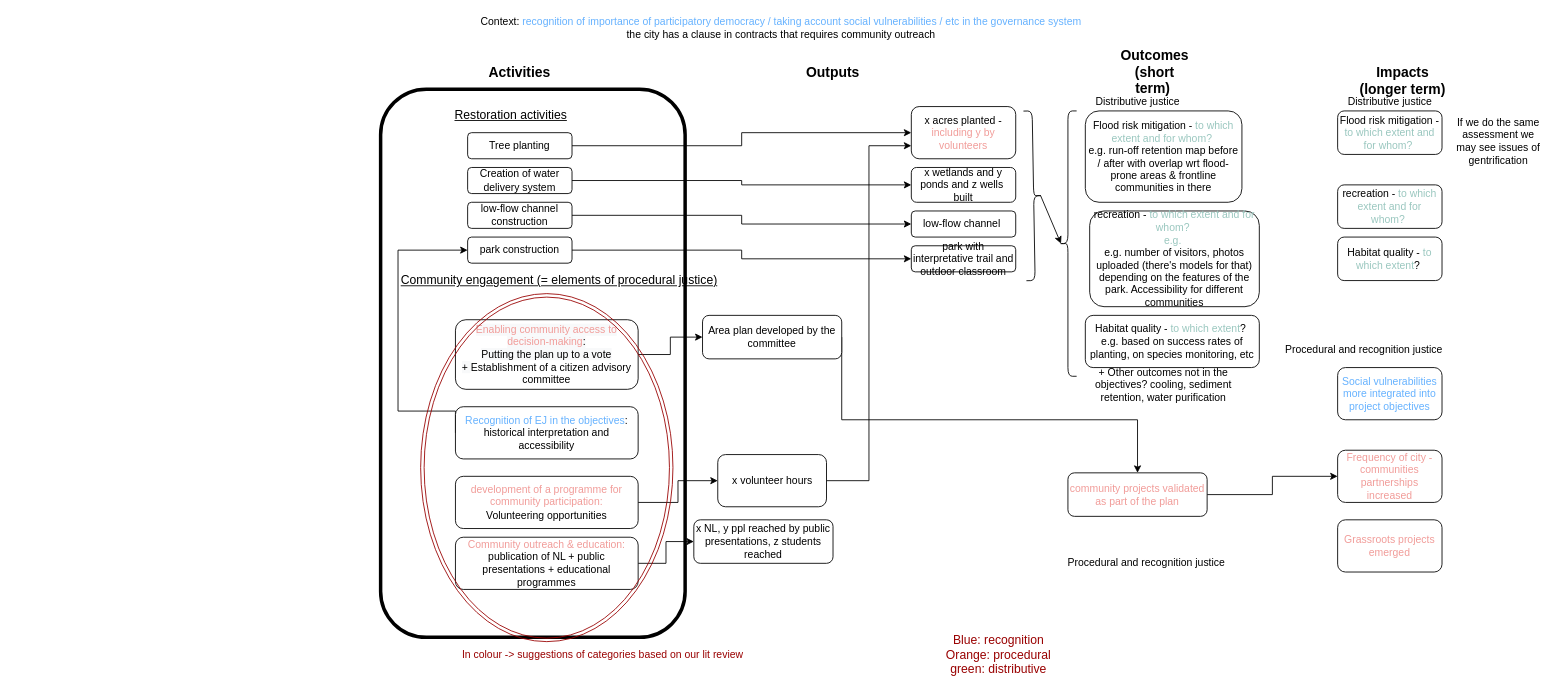
The draw.io diagram TentativeEJframework.drawio in nadasaidi/automatic-funicular, before the edit. Source tidied: cells renumbered, new cells numbered last; positions are measured from the earlier drawing's top-left corner, leaving out a move shared by most shapes. Both pictures are drawn from the tidied source at 87%, with x=0, y=0 at pixel (380, 15).
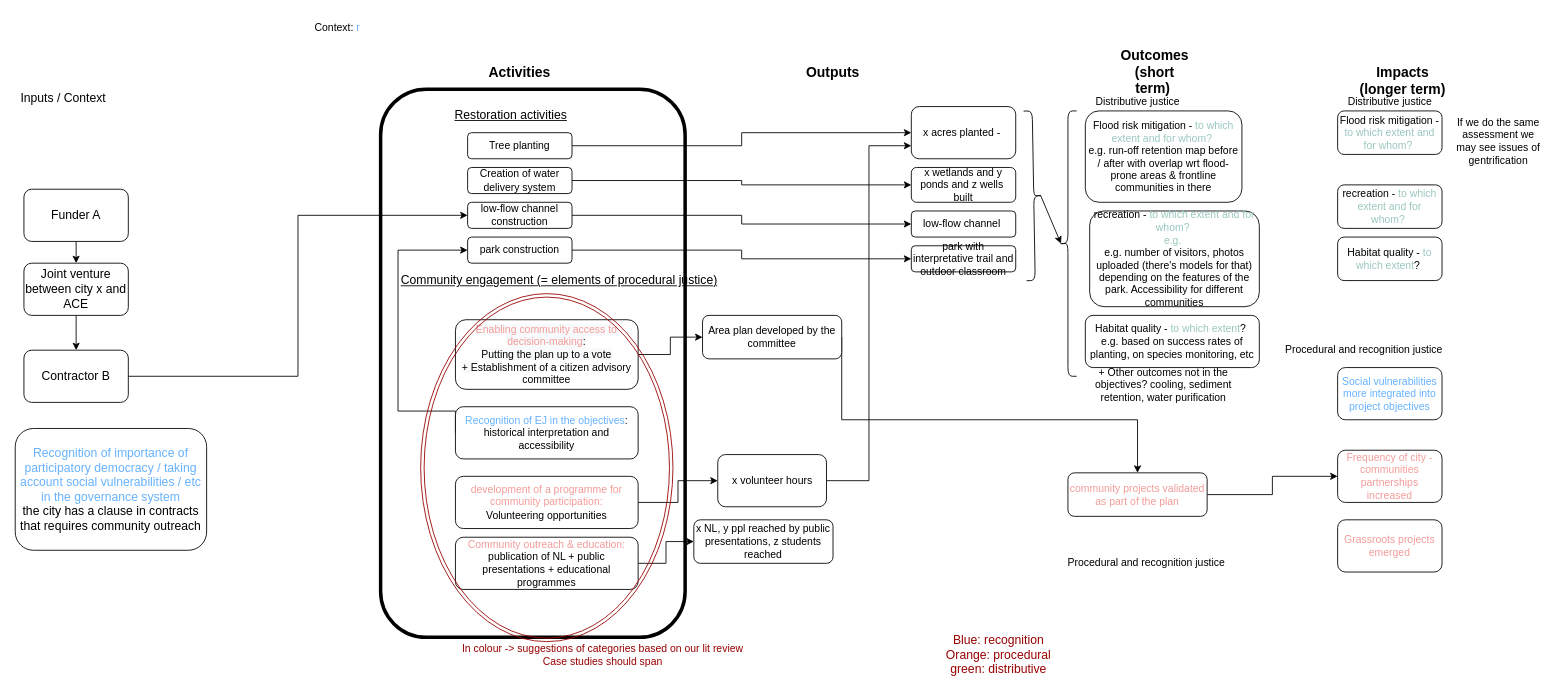
The same page after the edit.

The change refers to these unchanged cells:
```xml
<mxCell id="10" value="low-flow channel construction" style="rounded=1;whiteSpace=wrap;html=1;" parent="1" vertex="1">
  <mxGeometry x="100" y="215" width="120" height="30" as="geometry" />
</mxCell>
```

Diff of the diagram source:
```diff
@@
-    <mxCell id="23" value="x acres planted - &lt;font color=&quot;#f19c99&quot;&gt;including y by volunteers&lt;/font&gt;" style="rounded=1;whiteSpace=wrap;html=1;" parent="1" vertex="1">
+    <mxCell id="23" value="x acres planted -&amp;nbsp;" style="rounded=1;whiteSpace=wrap;html=1;" parent="1" vertex="1">
       <mxGeometry x="610" y="105" width="120" height="60" as="geometry" />
     </mxCell>
@@
     <mxCell id="41" style="shape=curlyBracket;whiteSpace=wrap;html=1;rounded=1;strokeColor=#000000;rotation=-181;size=0.5;" parent="1" vertex="1">
-      <mxGeometry x="740.6" y="110" width="20" height="195" as="geometry" />
+      <mxGeometry x="740.7" y="110" width="20" height="195" as="geometry" />
     </mxCell>
@@
-    <mxCell id="51" value="In colour -&amp;gt; suggestions of categories based on our lit review" style="text;html=1;align=center;verticalAlign=middle;fontColor=#990000;" parent="1" vertex="1">
-      <mxGeometry x="85" y="725" width="340" height="20" as="geometry" />
+    <mxCell id="51" value="&lt;div&gt;In colour -&amp;gt; suggestions of categories based on our lit review&lt;/div&gt;&lt;div&gt;Case studies should span&lt;br&gt;&lt;/div&gt;" style="text;html=1;align=center;verticalAlign=middle;fontColor=#990000;" parent="1" vertex="1">
+      <mxGeometry x="85" y="720" width="340" height="30" as="geometry" />
     </mxCell>
-    <mxCell id="52" value="Context:&lt;font color=&quot;#66b2ff&quot;&gt; recognition of importance of participatory democracy / taking account social vulnerabilities / etc in the governance system&lt;/font&gt;&lt;br&gt;the city has a clause in contracts that requires community outreach" style="text;html=1;align=center;verticalAlign=middle;" parent="1" vertex="1">
-      <mxGeometry x="105" width="710" height="30" as="geometry" />
+    <mxCell id="52" value="Context:&lt;font color=&quot;#66b2ff&quot;&gt; r&lt;/font&gt;" style="text;html=1;align=center;verticalAlign=middle;" parent="1" vertex="1">
+      <mxGeometry x="-85" y="5" width="70" height="20" as="geometry" />
     </mxCell>
@@
+    <mxCell id="58" value="Inputs / Context" style="text;html=1;align=center;verticalAlign=middle;fontSize=14;" parent="1" vertex="1">
+      <mxGeometry x="-420" y="85" width="110" height="20" as="geometry" />
+    </mxCell>
+    <mxCell id="59" style="edgeStyle=orthogonalEdgeStyle;rounded=0;jettySize=auto;html=1;exitX=0.5;exitY=1;exitDx=0;exitDy=0;entryX=0.5;entryY=0;entryDx=0;entryDy=0;fontSize=14;fontColor=#000000;" parent="1" edge="1" source="60" target="62">
+      <mxGeometry relative="1" as="geometry" />
+    </mxCell>
+    <mxCell id="60" value="Funder A" style="rounded=1;whiteSpace=wrap;html=1;strokeWidth=1;fillColor=none;fontSize=14;fontColor=#000000;" parent="1" vertex="1">
+      <mxGeometry x="-410" y="200" width="120" height="60" as="geometry" />
+    </mxCell>
+    <mxCell id="61" style="edgeStyle=orthogonalEdgeStyle;rounded=0;jettySize=auto;html=1;exitX=0.5;exitY=1;exitDx=0;exitDy=0;entryX=0.5;entryY=0;entryDx=0;entryDy=0;fontSize=14;fontColor=#000000;" parent="1" edge="1" source="62" target="64">
+      <mxGeometry relative="1" as="geometry" />
+    </mxCell>
+    <mxCell id="62" value="Joint venture between city x and ACE" style="rounded=1;whiteSpace=wrap;html=1;strokeWidth=1;fillColor=none;fontSize=14;fontColor=#000000;" parent="1" vertex="1">
+      <mxGeometry x="-410" y="285" width="120" height="60" as="geometry" />
+    </mxCell>
+    <mxCell id="63" style="edgeStyle=orthogonalEdgeStyle;rounded=0;jettySize=auto;html=1;exitX=1;exitY=0.5;exitDx=0;exitDy=0;entryX=0;entryY=0.5;entryDx=0;entryDy=0;fontSize=14;fontColor=#000000;" parent="1" edge="1" source="64" target="10">
+      <mxGeometry relative="1" as="geometry" />
+    </mxCell>
+    <mxCell id="64" value="Contractor B" style="rounded=1;whiteSpace=wrap;html=1;strokeWidth=1;fillColor=none;fontSize=14;fontColor=#000000;" parent="1" vertex="1">
+      <mxGeometry x="-410" y="385" width="120" height="60" as="geometry" />
+    </mxCell>
+    <mxCell id="65" value="&lt;font color=&quot;#66b2ff&quot;&gt;Recognition of importance of participatory democracy / taking account social vulnerabilities / etc in the governance system&lt;/font&gt;&lt;br&gt;the city has a clause in contracts that requires community outreach" style="rounded=1;whiteSpace=wrap;html=1;strokeWidth=1;fillColor=none;fontSize=14;fontColor=#000000;" parent="1" vertex="1">
+      <mxGeometry x="-420" y="475" width="220" height="140" as="geometry" />
+    </mxCell>
```
